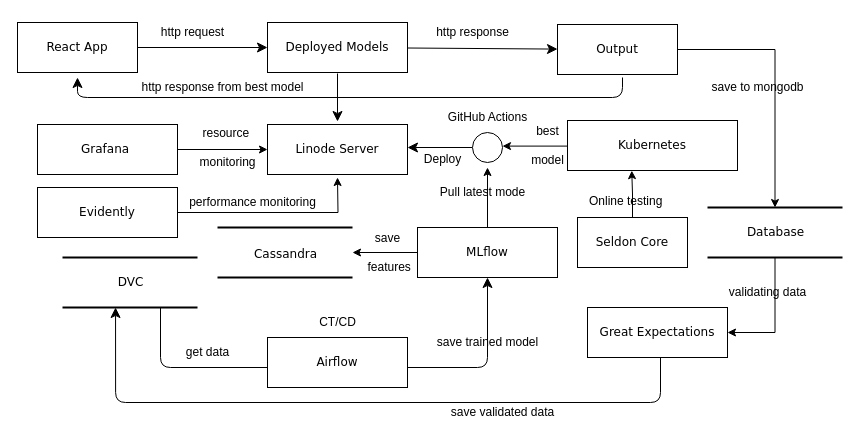
Above: ML Arcchitecture.drawio in AyoubMaimmadi/Audieyes (draw.io), before the change. Source tidied: cells renumbered, new cells numbered last; positions are measured from the earlier drawing's top-left corner, leaving out a move shared by most shapes. Both pictures are drawn from the tidied source at 100%, with x=0, y=0 at pixel (17, 17).
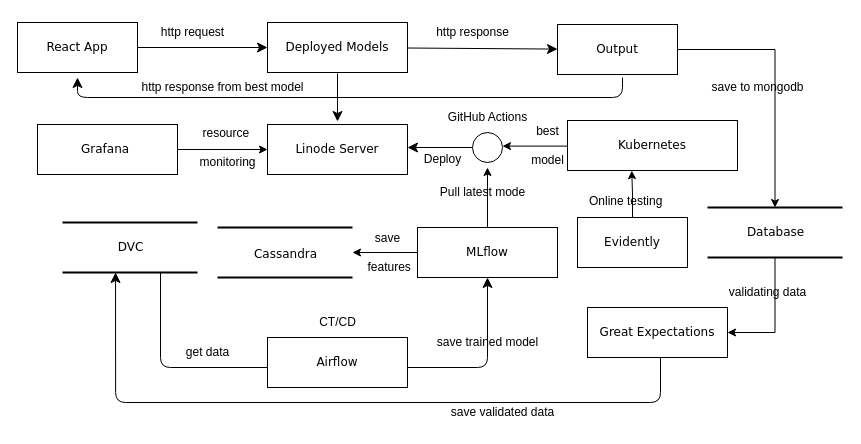
The same diagram, later.

Change to the diagram source:
```diff
@@
     <mxCell id="8" value="DVC" style="html=1;rounded=0;shadow=0;comic=0;labelBackgroundColor=none;strokeWidth=2;fontFamily=Verdana;fontSize=12;align=center;shape=mxgraph.ios7ui.horLines;" parent="1" vertex="1">
-      <mxGeometry x="45" y="240" width="135" height="50" as="geometry" />
+      <mxGeometry x="45" y="205" width="135" height="50" as="geometry" />
     </mxCell>
@@
-    <mxCell id="43" value="Seldon Core" style="whiteSpace=wrap;html=1;rounded=0;shadow=0;comic=0;labelBackgroundColor=none;strokeWidth=1;fontFamily=Verdana;fontSize=12;align=center;" parent="1" vertex="1">
+    <mxCell id="43" value="Evidently" style="whiteSpace=wrap;html=1;rounded=0;shadow=0;comic=0;labelBackgroundColor=none;strokeWidth=1;fontFamily=Verdana;fontSize=12;align=center;" parent="1" vertex="1">
       <mxGeometry x="560" y="200" width="110" height="50" as="geometry" />
     </mxCell>
@@
-    <mxCell id="46" style="edgeStyle=orthogonalEdgeStyle;rounded=0;jettySize=auto;html=1;" parent="1" edge="1" source="47">
-      <mxGeometry relative="1" as="geometry">
-        <mxPoint x="320" y="160" as="targetPoint" />
-      </mxGeometry>
-    </mxCell>
-    <mxCell id="47" value="Evidently" style="whiteSpace=wrap;html=1;rounded=0;shadow=0;comic=0;labelBackgroundColor=none;strokeWidth=1;fontFamily=Verdana;fontSize=12;align=center;" parent="1" vertex="1">
-      <mxGeometry x="20" y="170" width="140" height="50" as="geometry" />
-    </mxCell>
-    <mxCell id="48" value="performance monitoring" style="text;html=1;align=center;verticalAlign=middle;strokeColor=none;fillColor=none;" parent="1" vertex="1">
-      <mxGeometry x="160" y="170" width="150" height="30" as="geometry" />
-    </mxCell>
```
